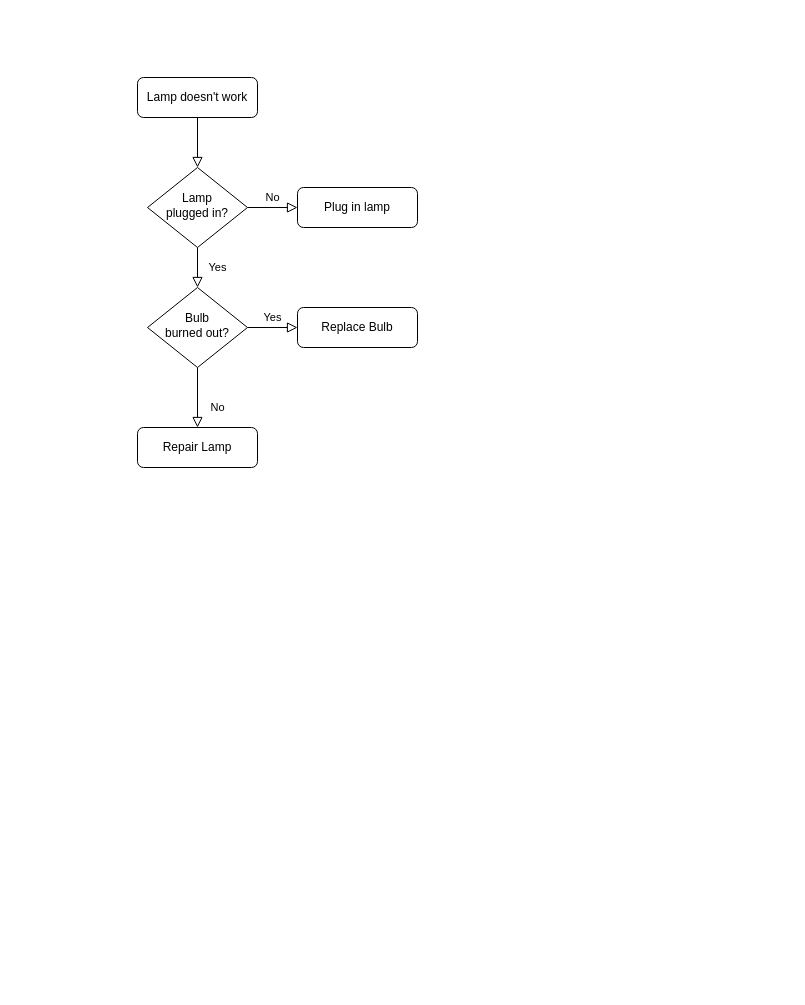
Before: rescure.drawio in jackred8/drawio, a draw.io diagram. Source tidied: cells renumbered, new cells numbered last; positions are measured from the earlier drawing's top-left corner, leaving out a move shared by most shapes. Both pictures are drawn from the tidied source at 100%, with x=0, y=0 at pixel (137, 77).
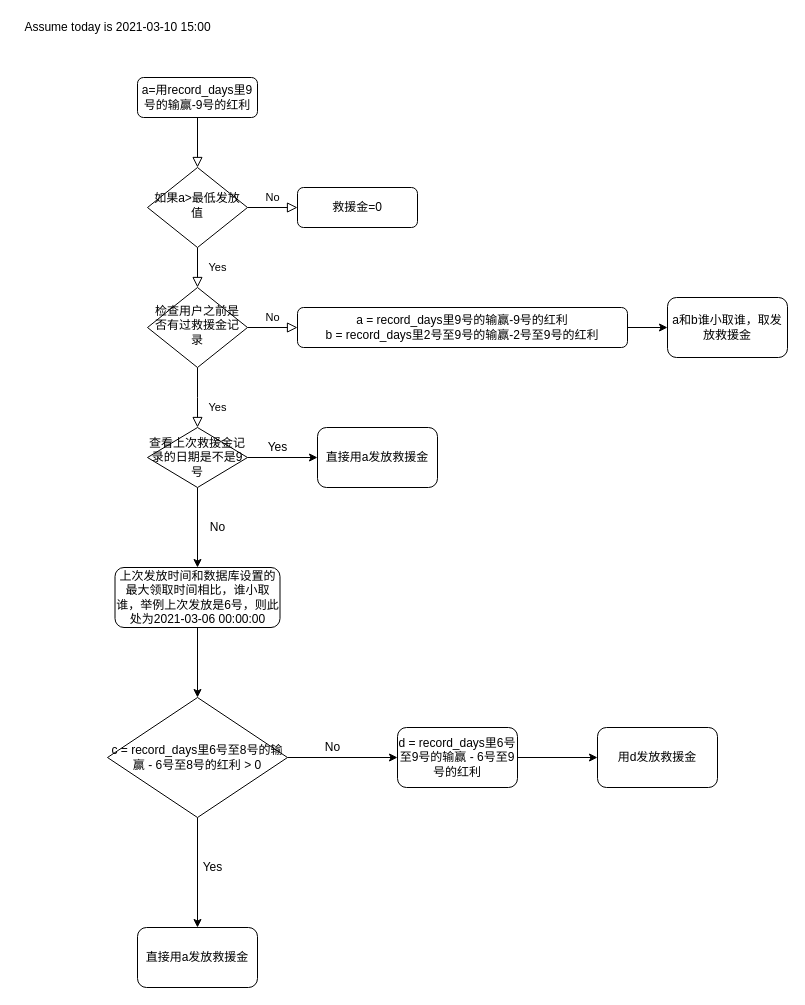
The same diagram, later.

The edit, as a diff of the source:
```diff
@@
-    <mxCell id="3" value="Lamp doesn't work" style="rounded=1;whiteSpace=wrap;html=1;fontSize=12;glass=0;strokeWidth=1;shadow=0;" parent="1" vertex="1">
+    <mxCell id="3" value="a=用record_days里9号的输赢-9号的红利" style="rounded=1;whiteSpace=wrap;html=1;fontSize=12;glass=0;strokeWidth=1;shadow=0;" parent="1" vertex="1">
       <mxGeometry width="120" height="40" as="geometry" />
     </mxCell>
@@
-    <mxCell id="6" value="Lamp&lt;br&gt;plugged in?" style="rhombus;whiteSpace=wrap;html=1;shadow=0;fontFamily=Helvetica;fontSize=12;align=center;strokeWidth=1;spacing=6;spacingTop=-4;" parent="1" vertex="1">
+    <mxCell id="6" value="如果a&amp;gt;最低发放值" style="rhombus;whiteSpace=wrap;html=1;shadow=0;fontFamily=Helvetica;fontSize=12;align=center;strokeWidth=1;spacing=6;spacingTop=-4;" parent="1" vertex="1">
       <mxGeometry x="10" y="90" width="100" height="80" as="geometry" />
     </mxCell>
-    <mxCell id="7" value="Plug in lamp" style="rounded=1;whiteSpace=wrap;html=1;fontSize=12;glass=0;strokeWidth=1;shadow=0;" parent="1" vertex="1">
+    <mxCell id="7" value="救援金=0" style="rounded=1;whiteSpace=wrap;html=1;fontSize=12;glass=0;strokeWidth=1;shadow=0;" parent="1" vertex="1">
       <mxGeometry x="160" y="110" width="120" height="40" as="geometry" />
     </mxCell>
-    <mxCell id="8" value="No" style="rounded=0;html=1;jettySize=auto;fontSize=11;endArrow=block;endFill=0;endSize=8;strokeWidth=1;shadow=0;labelBackgroundColor=none;edgeStyle=orthogonalEdgeStyle;" parent="1" edge="1" source="10" target="11">
-      <mxGeometry x="0.33" y="20" relative="1" as="geometry" />
+    <mxCell id="8" value="Yes" style="rounded=0;html=1;jettySize=auto;fontSize=11;endArrow=block;endFill=0;endSize=8;strokeWidth=1;shadow=0;labelBackgroundColor=none;edgeStyle=orthogonalEdgeStyle;" parent="1" edge="1" source="10">
+      <mxGeometry x="0.33" y="20" relative="1" as="geometry">
+        <mxPoint x="60" y="350" as="targetPoint" />
+      </mxGeometry>
     </mxCell>
-    <mxCell id="9" value="Yes" style="edgeStyle=orthogonalEdgeStyle;rounded=0;html=1;jettySize=auto;fontSize=11;endArrow=block;endFill=0;endSize=8;strokeWidth=1;shadow=0;labelBackgroundColor=none;" parent="1" edge="1" source="10" target="12">
+    <mxCell id="9" value="No" style="edgeStyle=orthogonalEdgeStyle;rounded=0;html=1;jettySize=auto;fontSize=11;endArrow=block;endFill=0;endSize=8;strokeWidth=1;shadow=0;labelBackgroundColor=none;" parent="1" edge="1" source="10" target="12">
       <mxGeometry y="10" relative="1" as="geometry" />
     </mxCell>
-    <mxCell id="10" value="Bulb&lt;br&gt;burned out?" style="rhombus;whiteSpace=wrap;html=1;shadow=0;fontFamily=Helvetica;fontSize=12;align=center;strokeWidth=1;spacing=6;spacingTop=-4;" parent="1" vertex="1">
+    <mxCell id="10" value="检查用户之前是否有过救援金记录" style="rhombus;whiteSpace=wrap;html=1;shadow=0;fontFamily=Helvetica;fontSize=12;align=center;strokeWidth=1;spacing=6;spacingTop=-4;" parent="1" vertex="1">
       <mxGeometry x="10" y="210" width="100" height="80" as="geometry" />
     </mxCell>
-    <mxCell id="11" value="Repair Lamp" style="rounded=1;whiteSpace=wrap;html=1;fontSize=12;glass=0;strokeWidth=1;shadow=0;" parent="1" vertex="1">
-      <mxGeometry y="350" width="120" height="40" as="geometry" />
-    </mxCell>
+    <mxCell id="13" style="edgeStyle=orthogonalEdgeStyle;rounded=0;jettySize=auto;html=1;" parent="1" edge="1" source="12" target="15">
+      <mxGeometry relative="1" as="geometry" />
+    </mxCell>
-    <mxCell id="12" value="Replace Bulb" style="rounded=1;whiteSpace=wrap;html=1;fontSize=12;glass=0;strokeWidth=1;shadow=0;" parent="1" vertex="1">
-      <mxGeometry x="160" y="230" width="120" height="40" as="geometry" />
+    <mxCell id="12" value="&lt;div&gt;&lt;/div&gt;a = record_days里9号的输赢-9号的红利&lt;br&gt;b = record_days里2号至9号的输赢-2号至9号的红利" style="rounded=1;whiteSpace=wrap;html=1;fontSize=12;glass=0;strokeWidth=1;shadow=0;" parent="1" vertex="1">
+      <mxGeometry x="160" y="230" width="330" height="40" as="geometry" />
     </mxCell>
+    <mxCell id="14" value="Assume today is 2021-03-10 15:00" style="text;html=1;align=center;verticalAlign=middle;" parent="1" vertex="1">
+      <mxGeometry x="-120" y="-60" width="200" height="20" as="geometry" />
+    </mxCell>
+    <mxCell id="15" value="a和b谁小取谁，取发放救援金" style="whiteSpace=wrap;html=1;rounded=1;shadow=0;strokeWidth=1;glass=0;" parent="1" vertex="1">
+      <mxGeometry x="530" y="220" width="120" height="60" as="geometry" />
+    </mxCell>
+    <mxCell id="16" style="edgeStyle=orthogonalEdgeStyle;rounded=0;jettySize=auto;html=1;" parent="1" edge="1" source="18" target="19">
+      <mxGeometry relative="1" as="geometry" />
+    </mxCell>
+    <mxCell id="17" style="edgeStyle=orthogonalEdgeStyle;rounded=0;jettySize=auto;html=1;" parent="1" edge="1" source="18" target="22">
+      <mxGeometry relative="1" as="geometry" />
+    </mxCell>
+    <mxCell id="18" value="查看上次救援金记录的日期是不是9号" style="rhombus;whiteSpace=wrap;html=1;" parent="1" vertex="1">
+      <mxGeometry x="10" y="350" width="100" height="60" as="geometry" />
+    </mxCell>
+    <mxCell id="19" value="直接用a发放救援金" style="whiteSpace=wrap;html=1;rounded=1;" parent="1" vertex="1">
+      <mxGeometry x="180" y="350" width="120" height="60" as="geometry" />
+    </mxCell>
+    <mxCell id="20" value="Yes" style="text;html=1;align=center;verticalAlign=middle;" parent="1" vertex="1">
+      <mxGeometry x="120" y="360" width="40" height="20" as="geometry" />
+    </mxCell>
+    <mxCell id="21" style="edgeStyle=orthogonalEdgeStyle;rounded=0;jettySize=auto;html=1;" parent="1" edge="1" source="22" target="26">
+      <mxGeometry relative="1" as="geometry" />
+    </mxCell>
+    <mxCell id="22" value="上次发放时间和数据库设置的最大领取时间相比，谁小取谁，举例上次发放是6号，则此处为2021-03-06 00:00:00&lt;br&gt;" style="whiteSpace=wrap;html=1;rounded=1;" parent="1" vertex="1">
+      <mxGeometry x="-22.5" y="490" width="165" height="60" as="geometry" />
+    </mxCell>
+    <mxCell id="23" value="No" style="text;html=1;align=center;verticalAlign=middle;" parent="1" vertex="1">
+      <mxGeometry x="65" y="440" width="30" height="20" as="geometry" />
+    </mxCell>
+    <mxCell id="24" style="edgeStyle=orthogonalEdgeStyle;rounded=0;jettySize=auto;html=1;" parent="1" edge="1" source="26" target="28">
+      <mxGeometry relative="1" as="geometry" />
+    </mxCell>
+    <mxCell id="25" style="edgeStyle=orthogonalEdgeStyle;rounded=0;jettySize=auto;html=1;" parent="1" edge="1" source="26" target="30">
+      <mxGeometry relative="1" as="geometry" />
+    </mxCell>
+    <mxCell id="26" value="c = record_days里6号至8号的输赢 - 6号至8号的红利 &amp;gt; 0" style="rhombus;whiteSpace=wrap;html=1;rounded=0;" parent="1" vertex="1">
+      <mxGeometry x="-30" y="620" width="180" height="120" as="geometry" />
+    </mxCell>
+    <mxCell id="27" value="Yes" style="text;html=1;align=center;verticalAlign=middle;" parent="1" vertex="1">
+      <mxGeometry x="55" y="780" width="40" height="20" as="geometry" />
+    </mxCell>
+    <mxCell id="28" value="&lt;span&gt;直接用a发放救援金&lt;/span&gt;" style="whiteSpace=wrap;html=1;rounded=1;" parent="1" vertex="1">
+      <mxGeometry y="850" width="120" height="60" as="geometry" />
+    </mxCell>
+    <mxCell id="29" style="edgeStyle=orthogonalEdgeStyle;rounded=0;jettySize=auto;html=1;" parent="1" edge="1" source="30" target="32">
+      <mxGeometry relative="1" as="geometry" />
+    </mxCell>
+    <mxCell id="30" value="d = record_days里6号至9号的输赢 - 6号至9号的红利" style="whiteSpace=wrap;html=1;rounded=1;" parent="1" vertex="1">
+      <mxGeometry x="260" y="650" width="120" height="60" as="geometry" />
+    </mxCell>
+    <mxCell id="31" value="No" style="text;html=1;align=center;verticalAlign=middle;" parent="1" vertex="1">
+      <mxGeometry x="180" y="660" width="30" height="20" as="geometry" />
+    </mxCell>
+    <mxCell id="32" value="用d发放救援金" style="whiteSpace=wrap;html=1;rounded=1;" parent="1" vertex="1">
+      <mxGeometry x="460" y="650" width="120" height="60" as="geometry" />
+    </mxCell>
```
